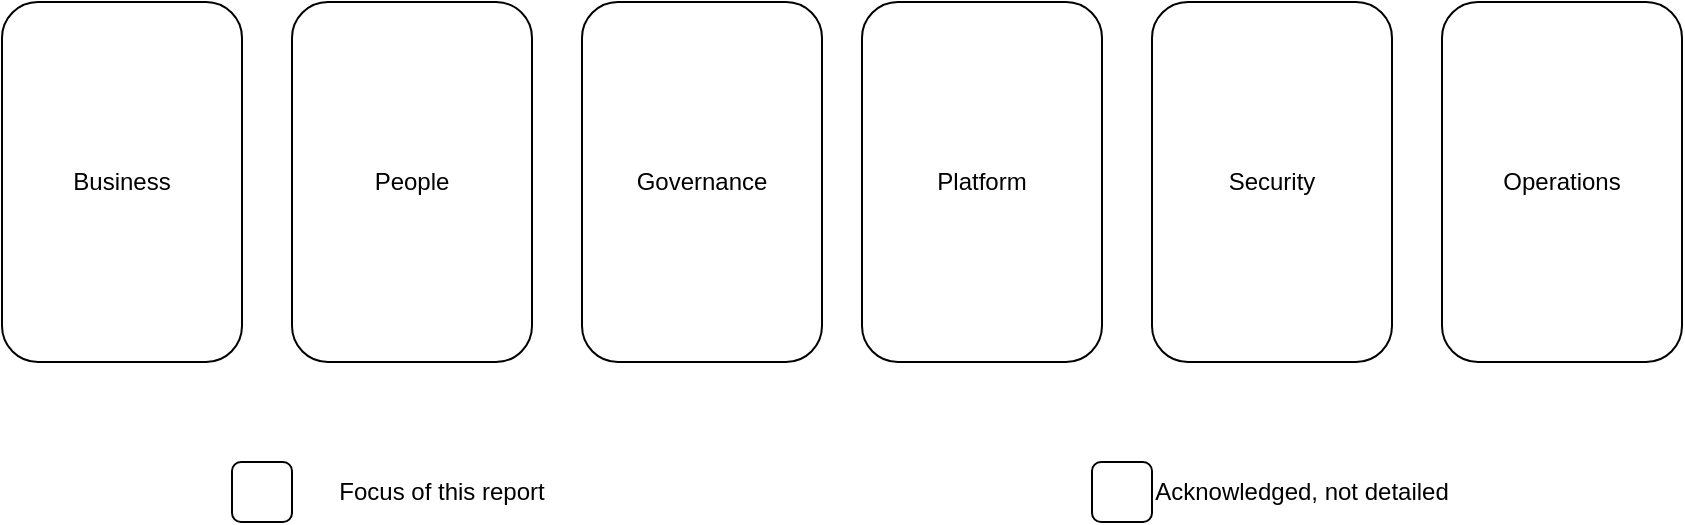
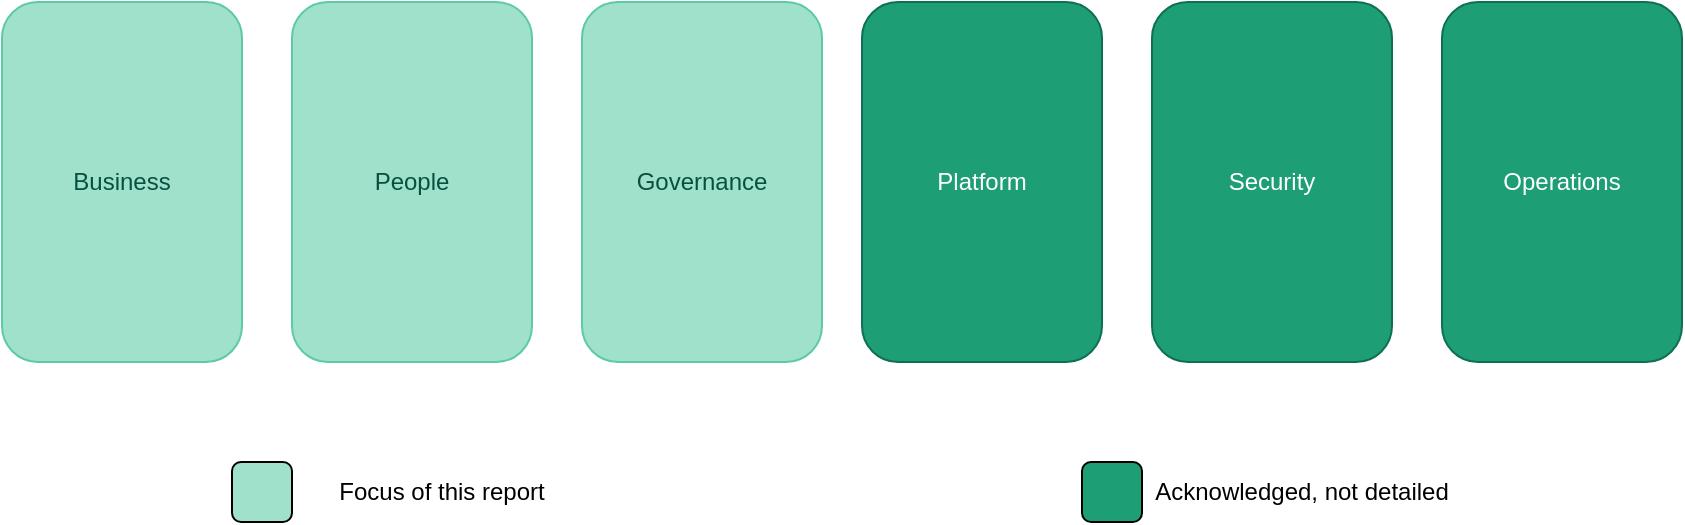
<mxfile host="app.diagrams.net">
  <diagram name="Page-1" id="cO2-TLs6evs9_J_uviOe">
    <mxGraphModel dx="1174" dy="635" grid="1" gridSize="10" guides="1" tooltips="1" connect="1" arrows="1" fold="1" page="1" pageScale="1" pageWidth="850" pageHeight="1100" math="0" shadow="0">
      <root>
        <mxCell id="0" />
        <mxCell id="1" parent="0" />
-         <mxCell id="bIzzHaxW_H1xYnhXATZC-2" parent="1" style="rounded=1;whiteSpace=wrap;html=1;" value="Governance" vertex="1">
+         <mxCell id="bIzzHaxW_H1xYnhXATZC-2" parent="1" style="rounded=1;whiteSpace=wrap;html=1;fillColor=#9FE1CB;fontColor=#085041;strokeColor=#5DCAA5;" value="Governance" vertex="1">
          <mxGeometry height="180" width="120" x="290" y="290" as="geometry" />
        </mxCell>
-         <mxCell id="bIzzHaxW_H1xYnhXATZC-3" parent="1" style="rounded=1;whiteSpace=wrap;html=1;" value="People" vertex="1">
+         <mxCell id="bIzzHaxW_H1xYnhXATZC-3" parent="1" style="rounded=1;whiteSpace=wrap;html=1;fillColor=#9FE1CB;fontColor=#085041;strokeColor=#5DCAA5;" value="People" vertex="1">
          <mxGeometry height="180" width="120" x="145" y="290" as="geometry" />
        </mxCell>
-         <mxCell id="bIzzHaxW_H1xYnhXATZC-4" parent="1" style="rounded=1;whiteSpace=wrap;html=1;" value="Business" vertex="1">
+         <mxCell id="bIzzHaxW_H1xYnhXATZC-4" parent="1" style="rounded=1;whiteSpace=wrap;html=1;fillColor=#9FE1CB;fontColor=#085041;strokeColor=#5DCAA5;" value="Business" vertex="1">
          <mxGeometry height="180" width="120" y="290" as="geometry" />
        </mxCell>
-         <mxCell id="bIzzHaxW_H1xYnhXATZC-5" parent="1" style="rounded=1;whiteSpace=wrap;html=1;" value="Operations" vertex="1">
+         <mxCell id="bIzzHaxW_H1xYnhXATZC-5" parent="1" style="rounded=1;whiteSpace=wrap;html=1;fillColor=#1D9E75;fontColor=#FFFFFF;strokeColor=#0F6E56;" value="Operations" vertex="1">
          <mxGeometry height="180" width="120" x="720" y="290" as="geometry" />
        </mxCell>
-         <mxCell id="bIzzHaxW_H1xYnhXATZC-6" parent="1" style="rounded=1;whiteSpace=wrap;html=1;" value="Platform" vertex="1">
+         <mxCell id="bIzzHaxW_H1xYnhXATZC-6" parent="1" style="rounded=1;whiteSpace=wrap;html=1;fillColor=#1D9E75;fontColor=#FFFFFF;strokeColor=#0F6E56;" value="Platform" vertex="1">
          <mxGeometry height="180" width="120" x="430" y="290" as="geometry" />
        </mxCell>
-         <mxCell id="bIzzHaxW_H1xYnhXATZC-7" parent="1" style="rounded=1;whiteSpace=wrap;html=1;" value="Security" vertex="1">
+         <mxCell id="bIzzHaxW_H1xYnhXATZC-7" parent="1" style="rounded=1;whiteSpace=wrap;html=1;fillColor=#1D9E75;fontColor=#FFFFFF;strokeColor=#0F6E56;" value="Security" vertex="1">
          <mxGeometry height="180" width="120" x="575" y="290" as="geometry" />
        </mxCell>
-         <mxCell id="bIzzHaxW_H1xYnhXATZC-8" parent="1" style="rounded=1;whiteSpace=wrap;html=1;" value="" vertex="1">
+         <mxCell id="bIzzHaxW_H1xYnhXATZC-8" parent="1" style="rounded=1;whiteSpace=wrap;html=1;fillColor=#9FE1CB;" value="" vertex="1">
          <mxGeometry height="30" width="30" x="115" y="520" as="geometry" />
        </mxCell>
-         <mxCell id="bIzzHaxW_H1xYnhXATZC-9" parent="1" style="rounded=1;whiteSpace=wrap;html=1;" value="" vertex="1">
-           <mxGeometry height="30" width="30" x="545" y="520" as="geometry" />
+         <mxCell id="bIzzHaxW_H1xYnhXATZC-9" parent="1" style="rounded=1;whiteSpace=wrap;html=1;fillColor=#1D9E75;" value="" vertex="1">
+           <mxGeometry height="30" width="30" x="540" y="520" as="geometry" />
        </mxCell>
        <mxCell id="bIzzHaxW_H1xYnhXATZC-11" parent="1" style="text;html=1;whiteSpace=wrap;strokeColor=none;fillColor=none;align=center;verticalAlign=middle;rounded=0;" value="Acknowledged, not detailed" vertex="1">
          <mxGeometry height="30" width="150" x="575" y="520" as="geometry" />
        </mxCell>
        <mxCell id="bIzzHaxW_H1xYnhXATZC-13" parent="1" style="text;html=1;whiteSpace=wrap;strokeColor=none;fillColor=none;align=center;verticalAlign=middle;rounded=0;" value="Focus of this report" vertex="1">
          <mxGeometry height="30" width="150" x="145" y="520" as="geometry" />
        </mxCell>
      </root>
    </mxGraphModel>
  </diagram>
</mxfile>
